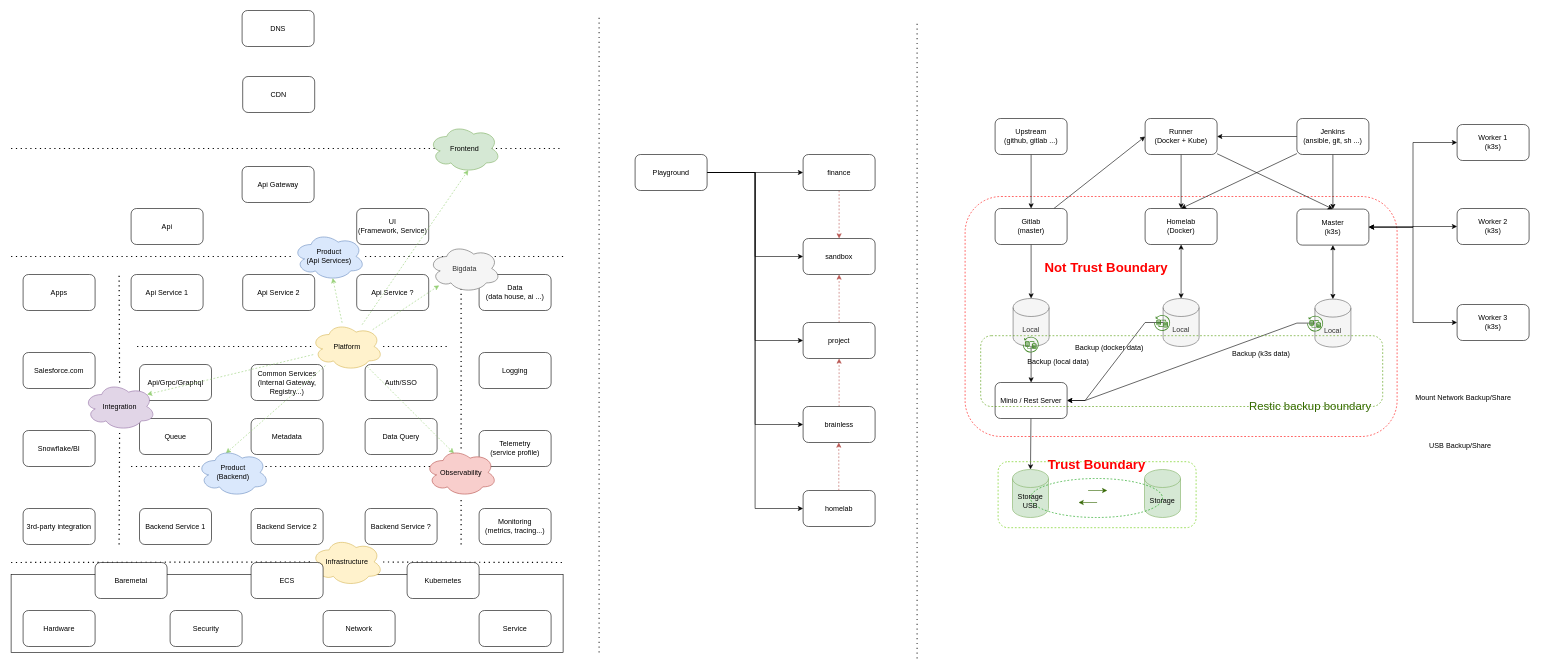
The draw.io diagram gitlab_backup.drawio in jiangtao7/draw.io, before the edit. Source tidied: cells renumbered, new cells numbered last; positions are measured from the earlier drawing's top-left corner, leaving out a move shared by most shapes. Both pictures are drawn from the tidied source at 60%, with x=0, y=0 at pixel (11, 10).
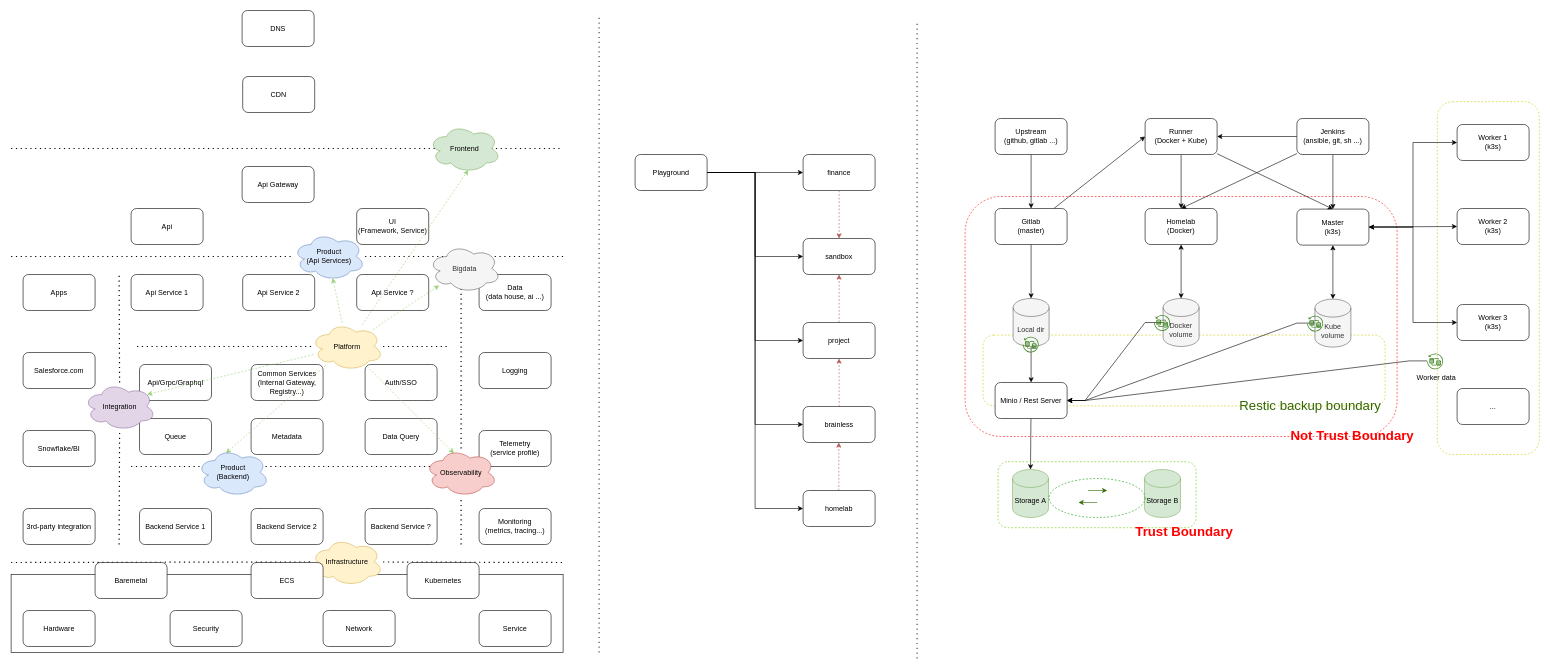
Above is the later version.

Unchanged cells that the change refers to:
```xml
<mxCell id="86" value="Master&lt;br&gt;(k3s)" style="rounded=1;whiteSpace=wrap;html=1;" parent="1" vertex="1">
  <mxGeometry x="2143" y="331" width="120" height="60" as="geometry" />
</mxCell>
<mxCell id="94" value="Worker 2&lt;br&gt;(k3s)" style="rounded=1;whiteSpace=wrap;html=1;" parent="1" vertex="1">
  <mxGeometry x="2410" y="330" width="120" height="60" as="geometry" />
</mxCell>
<mxCell id="95" value="Worker 3&lt;br&gt;(k3s)" style="rounded=1;whiteSpace=wrap;html=1;" parent="1" vertex="1">
  <mxGeometry x="2410" y="490" width="120" height="60" as="geometry" />
</mxCell>
```

Diff of the diagram source:
```diff
@@
+    <mxCell id="130" style="rounded=1;whiteSpace=wrap;html=1;dashed=1;fillColor=none;strokeColor=#CCCC00;" parent="1" vertex="1">
+      <mxGeometry x="1620" y="541" width="670" height="118" as="geometry" />
+    </mxCell>
+    <mxCell id="131" style="rounded=1;whiteSpace=wrap;html=1;dashed=1;fillColor=none;strokeColor=#CCCC00;" parent="1" vertex="1">
+      <mxGeometry x="2377" y="152" width="170" height="588" as="geometry" />
+    </mxCell>
@@
+    <mxCell id="85" style="edgeStyle=orthogonalEdgeStyle;rounded=0;jettySize=auto;html=1;entryX=0;entryY=0.5;entryDx=0;entryDy=0;startArrow=classic;startFill=1;" parent="1" edge="1" source="86" target="95">
+      <mxGeometry relative="1" as="geometry" />
+    </mxCell>
-    <mxCell id="84" style="edgeStyle=orthogonalEdgeStyle;rounded=0;jettySize=auto;html=1;entryX=0;entryY=0.5;entryDx=0;entryDy=0;startArrow=classic;startFill=1;" parent="1" edge="1" source="86" target="94">
+    <mxCell id="84" style="edgeStyle=none;rounded=0;jettySize=auto;html=1;entryX=0;entryY=0.5;entryDx=0;entryDy=0;strokeColor=#000000;fontSize=22;fontColor=#336600;elbow=vertical;" parent="1" edge="1" source="86" target="94">
       <mxGeometry relative="1" as="geometry" />
     </mxCell>
-    <mxCell id="85" style="edgeStyle=orthogonalEdgeStyle;rounded=0;jettySize=auto;html=1;entryX=0;entryY=0.5;entryDx=0;entryDy=0;startArrow=classic;startFill=1;" parent="1" edge="1" source="86" target="95">
-      <mxGeometry relative="1" as="geometry" />
-    </mxCell>
@@
-    <mxCell id="88" value="Local" style="shape=cylinder3;whiteSpace=wrap;html=1;boundedLbl=1;backgroundOutline=1;size=15;fillColor=#f5f5f5;fontColor=#333333;strokeColor=#666666;" parent="1" vertex="1">
+    <mxCell id="88" value="Local dir" style="shape=cylinder3;whiteSpace=wrap;html=1;boundedLbl=1;backgroundOutline=1;size=15;fillColor=#f5f5f5;fontColor=#333333;strokeColor=#666666;" parent="1" vertex="1">
       <mxGeometry x="1670" y="480" width="60" height="80" as="geometry" />
     </mxCell>
@@
-    <mxCell id="90" value="Local" style="shape=cylinder3;whiteSpace=wrap;html=1;boundedLbl=1;backgroundOutline=1;size=15;fillColor=#f5f5f5;fontColor=#333333;strokeColor=#666666;" parent="1" vertex="1">
+    <mxCell id="90" value="Docker volume" style="shape=cylinder3;whiteSpace=wrap;html=1;boundedLbl=1;backgroundOutline=1;size=15;fillColor=#f5f5f5;fontColor=#333333;strokeColor=#666666;" parent="1" vertex="1">
       <mxGeometry x="1920" y="480" width="60" height="80" as="geometry" />
     </mxCell>
@@
-    <mxCell id="92" value="Local" style="shape=cylinder3;whiteSpace=wrap;html=1;boundedLbl=1;backgroundOutline=1;size=15;fillColor=#f5f5f5;fontColor=#333333;strokeColor=#666666;" parent="1" vertex="1">
+    <mxCell id="92" value="Kube volume" style="shape=cylinder3;whiteSpace=wrap;html=1;boundedLbl=1;backgroundOutline=1;size=15;fillColor=#f5f5f5;fontColor=#333333;strokeColor=#666666;" parent="1" vertex="1">
       <mxGeometry x="2173" y="481" width="60" height="80" as="geometry" />
     </mxCell>
@@
     <mxCell id="98" value="Not Trust Boundary" style="text;html=1;align=center;verticalAlign=middle;strokeColor=none;fillColor=none;fontColor=#FF0000;fontStyle=1;fontSize=22;" parent="1" vertex="1">
-      <mxGeometry x="1710" y="410" width="230" height="40" as="geometry" />
+      <mxGeometry x="2120" y="690" width="230" height="40" as="geometry" />
     </mxCell>
-    <mxCell id="99" value="&lt;font color=&quot;#000000&quot;&gt;&lt;span style=&quot;font-size: 12px;&quot;&gt;Backup (k3s data)&lt;br&gt;&lt;/span&gt;&lt;/font&gt;" style="text;html=1;align=center;verticalAlign=middle;strokeColor=none;fillColor=none;fontSize=22;fontColor=#FF0000;" parent="1" vertex="1">
-      <mxGeometry x="2023" y="550" width="120" height="40" as="geometry" />
+    <mxCell id="99" value="&lt;font color=&quot;#000000&quot;&gt;&lt;span style=&quot;font-size: 12px;&quot;&gt;Worker data&lt;br&gt;&lt;/span&gt;&lt;/font&gt;" style="text;html=1;align=center;verticalAlign=middle;strokeColor=none;fillColor=none;fontSize=22;fontColor=#FF0000;" parent="1" vertex="1">
+      <mxGeometry x="2330" y="590" width="90" height="40" as="geometry" />
     </mxCell>
-    <mxCell id="100" value="&lt;font color=&quot;#000000&quot;&gt;&lt;span style=&quot;font-size: 12px;&quot;&gt;Backup (docker data)&lt;br&gt;&lt;/span&gt;&lt;/font&gt;" style="text;html=1;align=center;verticalAlign=middle;strokeColor=none;fillColor=none;fontSize=22;fontColor=#FF0000;" parent="1" vertex="1">
-      <mxGeometry x="1760" y="540" width="140" height="40" as="geometry" />
-    </mxCell>
@@
-    <mxCell id="110" value="Backup (local data)" style="text;html=1;align=center;verticalAlign=middle;strokeColor=none;fillColor=none;" parent="1" vertex="1">
-      <mxGeometry x="1680" y="570" width="130" height="30" as="geometry" />
-    </mxCell>
-    <mxCell id="111" value="Mount Network Backup/Share" style="text;html=1;align=center;verticalAlign=middle;strokeColor=none;fillColor=none;" parent="1" vertex="1">
-      <mxGeometry x="2330" y="630" width="180" height="30" as="geometry" />
-    </mxCell>
-    <mxCell id="112" value="USB Backup/Share" style="text;html=1;align=center;verticalAlign=middle;strokeColor=none;fillColor=none;" parent="1" vertex="1">
-      <mxGeometry x="2350" y="710" width="130" height="30" as="geometry" />
-    </mxCell>
-    <mxCell id="113" value="Restic backup boundary" style="text;html=1;align=center;verticalAlign=middle;strokeColor=none;fillColor=none;fontSize=19;fontColor=#336600;" parent="1" vertex="1">
-      <mxGeometry x="2050" y="640" width="230" height="40" as="geometry" />
+    <mxCell id="113" value="&lt;font style=&quot;font-size: 22px;&quot;&gt;Restic backup boundary&lt;/font&gt;" style="text;html=1;align=center;verticalAlign=middle;strokeColor=none;fillColor=none;fontSize=19;fontColor=#336600;" parent="1" vertex="1">
+      <mxGeometry x="2035" y="640" width="260" height="40" as="geometry" />
     </mxCell>
@@
-    <mxCell id="117" value="Storage&lt;br&gt;USB" style="shape=cylinder3;whiteSpace=wrap;html=1;boundedLbl=1;backgroundOutline=1;size=15;fillColor=#d5e8d4;strokeColor=#82b366;" parent="1" vertex="1">
+    <mxCell id="117" value="Storage A" style="shape=cylinder3;whiteSpace=wrap;html=1;boundedLbl=1;backgroundOutline=1;size=15;fillColor=#d5e8d4;strokeColor=#82b366;" parent="1" vertex="1">
       <mxGeometry x="1669" y="765" width="60" height="80" as="geometry" />
     </mxCell>
-    <mxCell id="118" value="Storage" style="shape=cylinder3;whiteSpace=wrap;html=1;boundedLbl=1;backgroundOutline=1;size=15;fillColor=#d5e8d4;strokeColor=#82b366;" parent="1" vertex="1">
+    <mxCell id="118" value="Storage B" style="shape=cylinder3;whiteSpace=wrap;html=1;boundedLbl=1;backgroundOutline=1;size=15;fillColor=#d5e8d4;strokeColor=#82b366;" parent="1" vertex="1">
       <mxGeometry x="1889" y="765" width="60" height="80" as="geometry" />
     </mxCell>
     <mxCell id="119" value="Trust Boundary" style="text;html=1;align=center;verticalAlign=middle;strokeColor=none;fillColor=none;fontColor=#FF0000;fontStyle=1;fontSize=22;" parent="1" vertex="1">
-      <mxGeometry x="1714" y="737" width="190" height="40" as="geometry" />
+      <mxGeometry x="1860" y="850" width="190" height="40" as="geometry" />
     </mxCell>
     <mxCell id="120" style="ellipse;whiteSpace=wrap;html=1;fillColor=none;dashed=1;strokeColor=#009900;" parent="1" vertex="1">
-      <mxGeometry x="1699" y="780" width="220" height="65" as="geometry" />
+      <mxGeometry x="1730" y="780" width="160" height="65" as="geometry" />
     </mxCell>
@@
-    <mxCell id="130" style="rounded=1;whiteSpace=wrap;html=1;dashed=1;fillColor=none;strokeColor=#4D9900;" parent="1" vertex="1">
-      <mxGeometry x="1616" y="542" width="670" height="118" as="geometry" />
-    </mxCell>
+    <mxCell id="132" value="..." style="rounded=1;whiteSpace=wrap;html=1;" parent="1" vertex="1">
+      <mxGeometry x="2410" y="630" width="120" height="60" as="geometry" />
+    </mxCell>
+    <mxCell id="133" style="edgeStyle=entityRelationEdgeStyle;rounded=0;jettySize=auto;html=1;entryX=0.209;entryY=0.924;entryDx=0;entryDy=0;entryPerimeter=0;strokeColor=#000000;fontSize=22;fontColor=#336600;elbow=vertical;" parent="1" edge="1" source="134" target="130">
+      <mxGeometry relative="1" as="geometry" />
+    </mxCell>
+    <mxCell id="134" style="sketch=0;outlineConnect=0;fontColor=#232F3E;gradientColor=none;fillColor=#3F8624;strokeColor=none;dashed=0;verticalLabelPosition=bottom;verticalAlign=top;align=center;html=1;fontSize=12;fontStyle=0;shape=mxgraph.aws4.backup_restore;" parent="1" vertex="1">
+      <mxGeometry x="2360" y="570" width="28" height="28" as="geometry" />
+    </mxCell>
```
